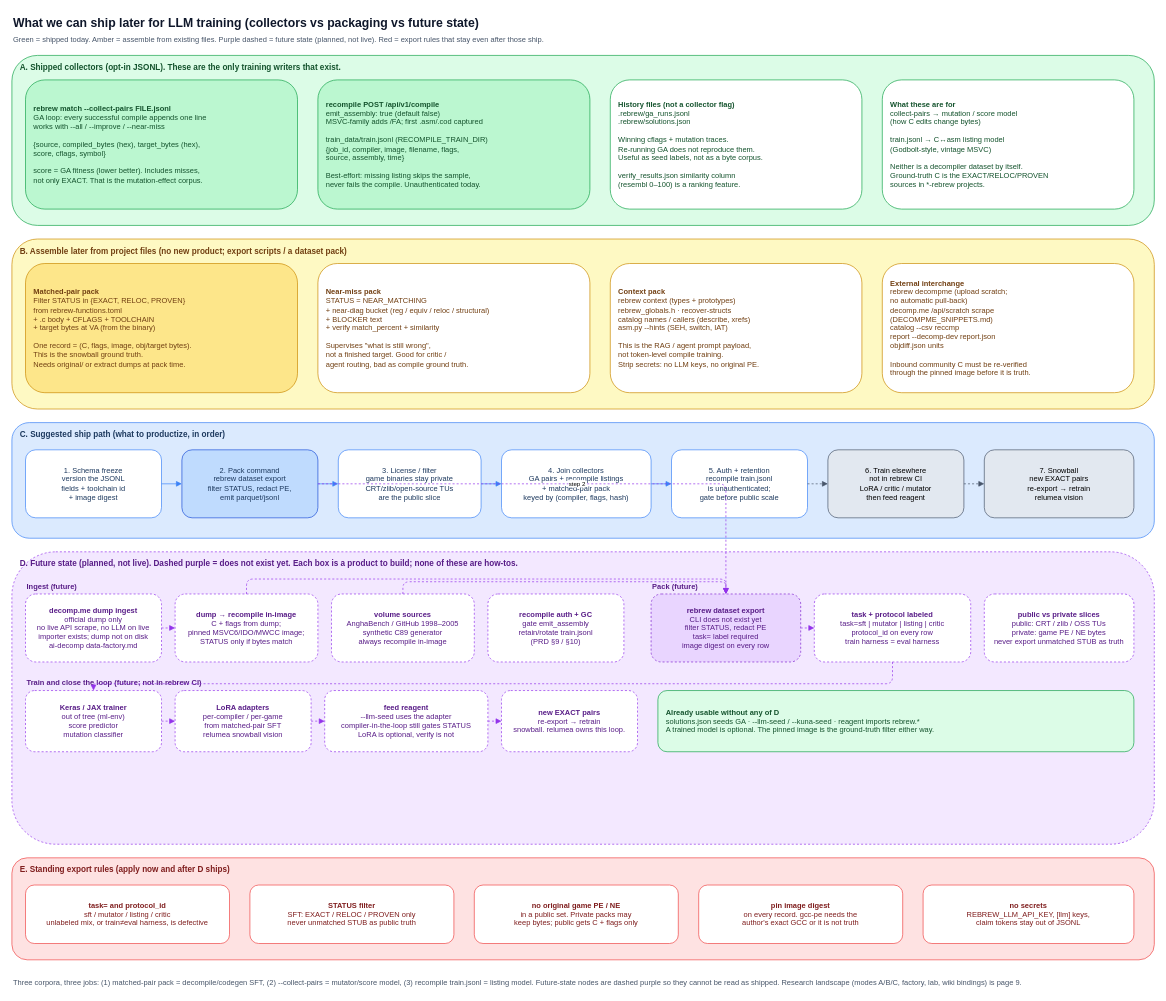
Earlier version of the draw.io diagram page "8. LLM training export" (8 of 9) of docs/architecture.drawio (maci0/rebrew). Source tidied: cells renumbered, new cells numbered last; positions are measured from the earlier drawing's top-left corner, leaving out a move shared by most shapes. Both pictures are drawn from the tidied source at 68%, with x=0, y=0 at pixel (12, 12).
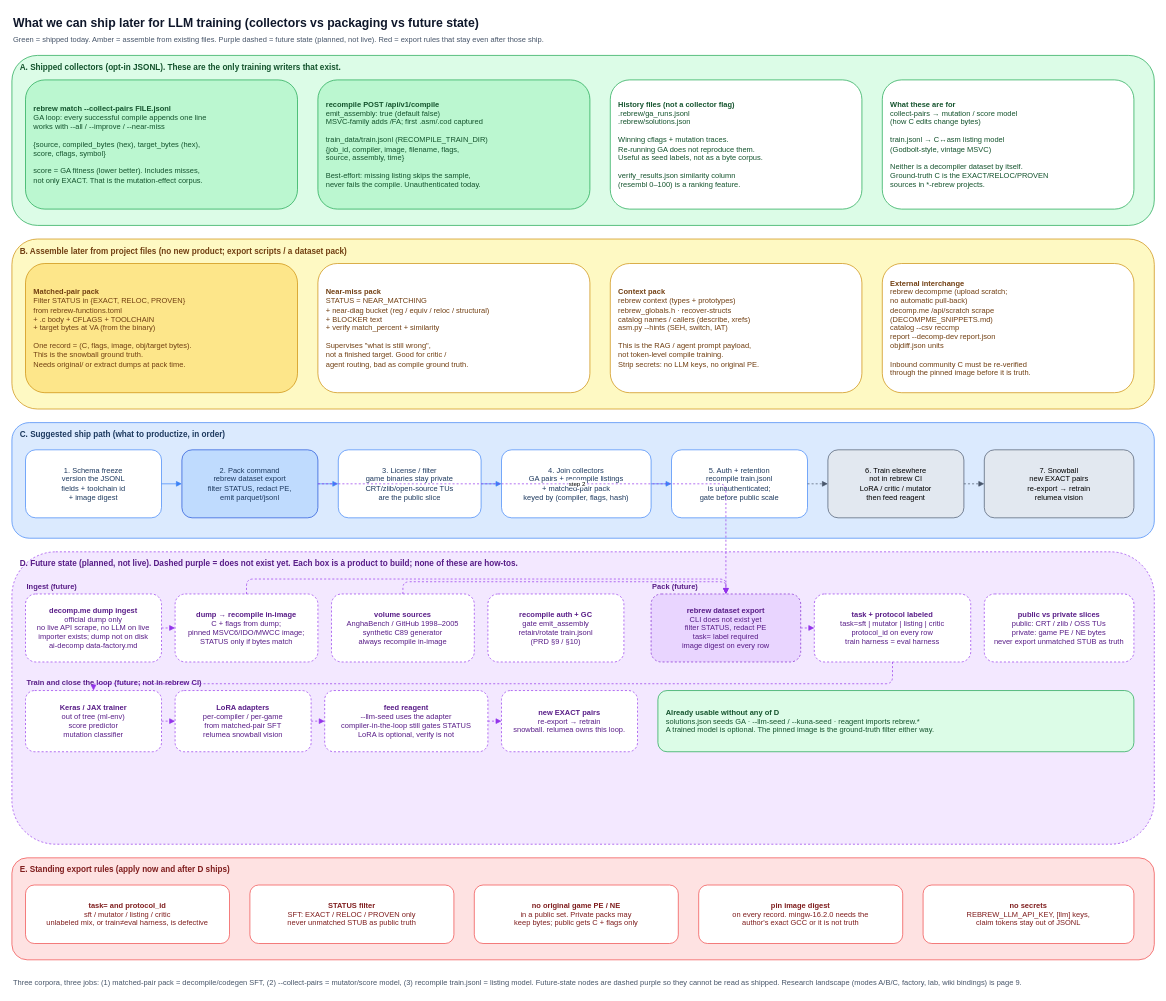
After the change.

The edit, as a diff of the source:
```diff
@@
-    <mxCell id="57" value="&lt;b&gt;pin image digest&lt;/b&gt;&lt;br&gt;on every record. gcc-pe needs the&lt;br&gt;author's exact GCC or it is not truth" style="rounded=1;whiteSpace=wrap;html=1;fillColor=#ffffff;strokeColor=#ef4444;fontColor=#7f1d1d;align=center;fontSize=11;" parent="1" vertex="1">
+    <mxCell id="57" value="&lt;b&gt;pin image digest&lt;/b&gt;&lt;br&gt;on every record. mingw-16.2.0 needs the&lt;br&gt;author's exact GCC or it is not truth" style="rounded=1;whiteSpace=wrap;html=1;fillColor=#ffffff;strokeColor=#ef4444;fontColor=#7f1d1d;align=center;fontSize=11;" parent="1" vertex="1">
       <mxGeometry x="1010" y="1284" width="300" height="86" as="geometry" />
     </mxCell>
```
